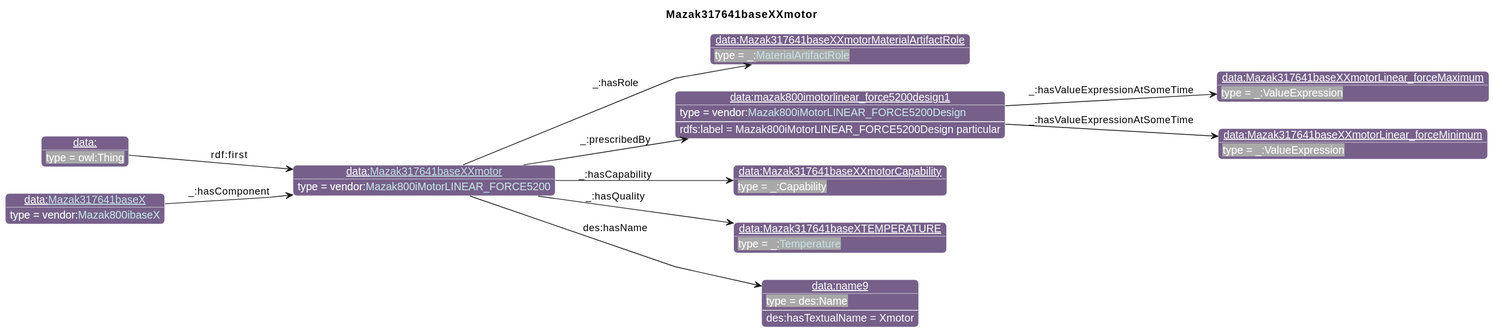
Above: diagrams/Mazak317641baseXXmotor.svg in iofoundry/example-syseng-mtconnect (PlantUML), before the change.
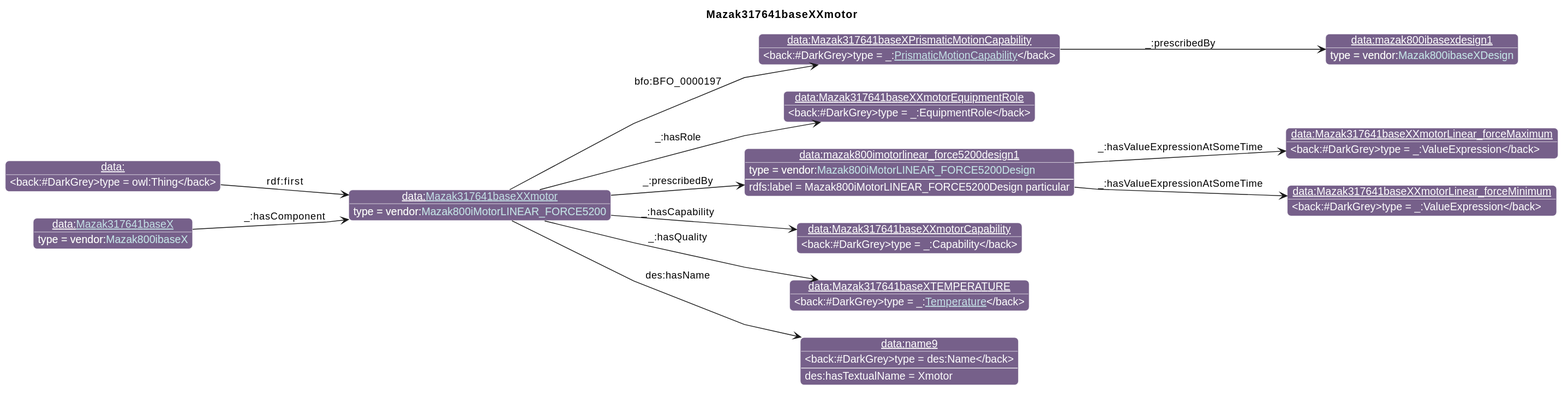
After the commit.

Diff of the diagram source:
```diff
@@ -26,24 +26,28 @@
                       "qp":"641B2E"
       }
 individual(o0, data:[[./Mazak317641baseXXmotor.html Mazak317641baseXXmotor]], vendor:[[../Mazak.html#Mazak800iMotorLINEAR_FORCE5200 Mazak800iMotorLINEAR_FORCE5200]])
-individual(o1, data:Mazak317641baseXXmotorMaterialArtifactRole, _:[[../MTConnect.html#MaterialArtifactRole MaterialArtifactRole]])
-individual(o2, data:mazak800imotorlinear_force5200design1, vendor:[[../Mazak.html#Mazak800iMotorLINEAR_FORCE5200Design Mazak800iMotorLINEAR_FORCE5200Design]])
-individual(o3, data:Mazak317641baseXXmotorLinear_forceMaximum, _:ValueExpression)
-individual(o4, data:Mazak317641baseXXmotorLinear_forceMinimum, _:ValueExpression)
-individual(o5, data:Mazak317641baseXXmotorCapability, _:Capability)
-individual(o6, data:Mazak317641baseXTEMPERATURE, _:[[../MTConnect.html#Temperature Temperature]])
-individual(o7, data:name9, des:Name)
-individual(o8, data:, owl:Thing)
-individual(o9, data:[[./Mazak317641baseX.html Mazak317641baseX]], vendor:[[../Mazak.html#Mazak800ibaseX Mazak800ibaseX]])
-property(o0, "_:hasRole", o1)
-property(o0, "_:prescribedBy", o2)
-data(o2, "rdfs:label", "Mazak800iMotorLINEAR_FORCE5200Design particular")
-property(o2, "_:hasValueExpressionAtSomeTime", o3)
-property(o2, "_:hasValueExpressionAtSomeTime", o4)
-property(o0, "_:hasCapability", o5)
-property(o0, "_:hasQuality", o6)
-property(o0, "des:hasName", o7)
-data(o7, "des:hasTextualName", "Xmotor")
-property(o8, "rdf:first", o0)
-property(o9, "_:hasComponent", o0)
+individual(o1, data:Mazak317641baseXPrismaticMotionCapability, _:[[../MTConnect.html#PrismaticMotionCapability PrismaticMotionCapability]])
+individual(o2, data:mazak800ibasexdesign1, vendor:[[../Mazak.html#Mazak800ibaseXDesign Mazak800ibaseXDesign]])
+individual(o3, data:Mazak317641baseXXmotorEquipmentRole, _:EquipmentRole)
+individual(o4, data:mazak800imotorlinear_force5200design1, vendor:[[../Mazak.html#Mazak800iMotorLINEAR_FORCE5200Design Mazak800iMotorLINEAR_FORCE5200Design]])
+individual(o5, data:Mazak317641baseXXmotorLinear_forceMaximum, _:ValueExpression)
+individual(o6, data:Mazak317641baseXXmotorLinear_forceMinimum, _:ValueExpression)
+individual(o7, data:Mazak317641baseXXmotorCapability, _:Capability)
+individual(o8, data:Mazak317641baseXTEMPERATURE, _:[[../MTConnect.html#Temperature Temperature]])
+individual(o9, data:name9, des:Name)
+individual(o10, data:, owl:Thing)
+individual(o11, data:[[./Mazak317641baseX.html Mazak317641baseX]], vendor:[[../Mazak.html#Mazak800ibaseX Mazak800ibaseX]])
+property(o0, "bfo:BFO_0000197", o1)
+property(o1, "_:prescribedBy", o2)
+property(o0, "_:hasRole", o3)
+property(o0, "_:prescribedBy", o4)
+data(o4, "rdfs:label", "Mazak800iMotorLINEAR_FORCE5200Design particular")
+property(o4, "_:hasValueExpressionAtSomeTime", o5)
+property(o4, "_:hasValueExpressionAtSomeTime", o6)
+property(o0, "_:hasCapability", o7)
+property(o0, "_:hasQuality", o8)
+property(o0, "des:hasName", o9)
+data(o9, "des:hasTextualName", "Xmotor")
+property(o10, "rdf:first", o0)
+property(o11, "_:hasComponent", o0)
 @enduml
```
